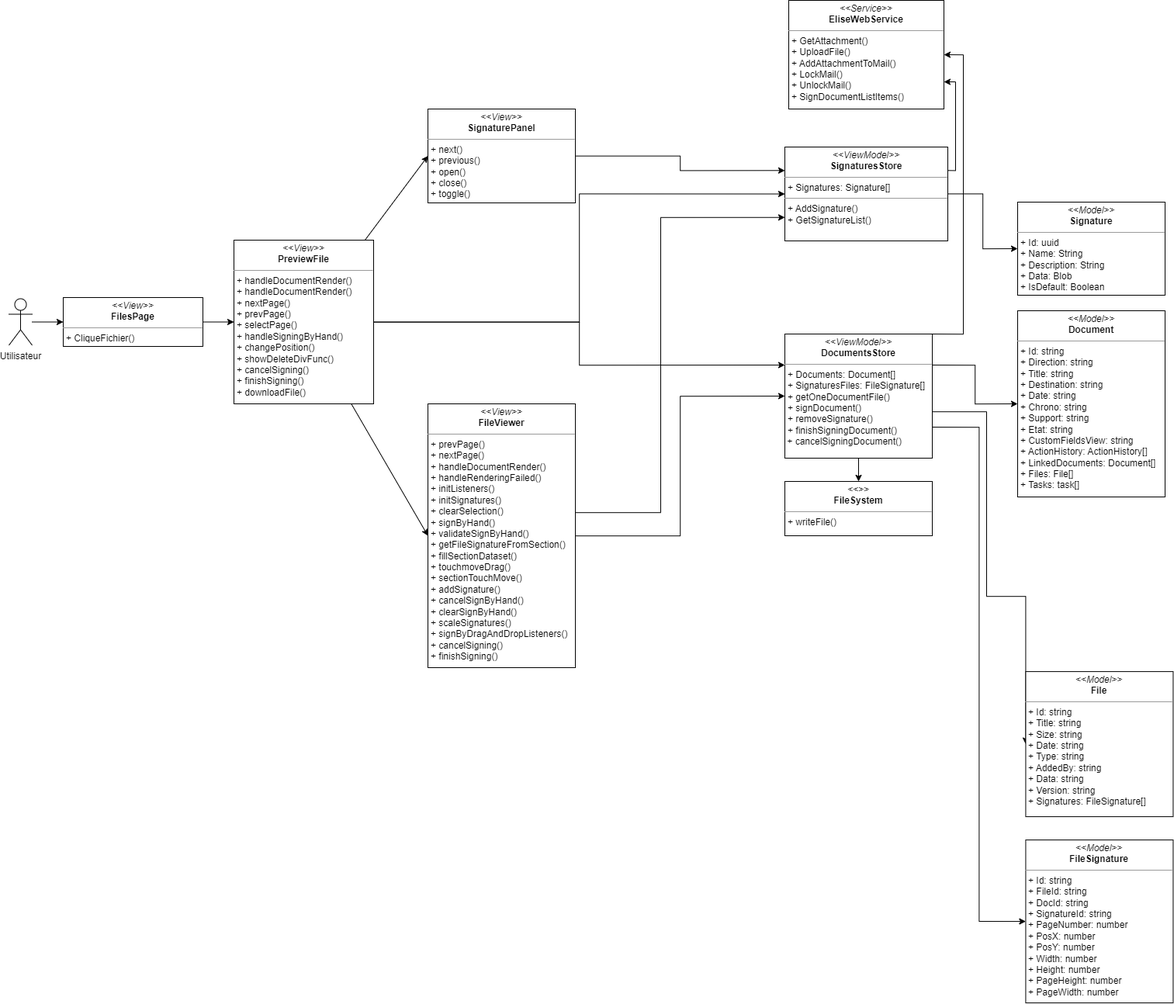
Earlier version of the draw.io export images_pfe/dcc_spint4.png (PFE-Neoledge-2023/rapport). Source tidied: cells renumbered, new cells last; positions are measured from the earlier drawing's top-left corner, leaving out a move shared by most shapes.
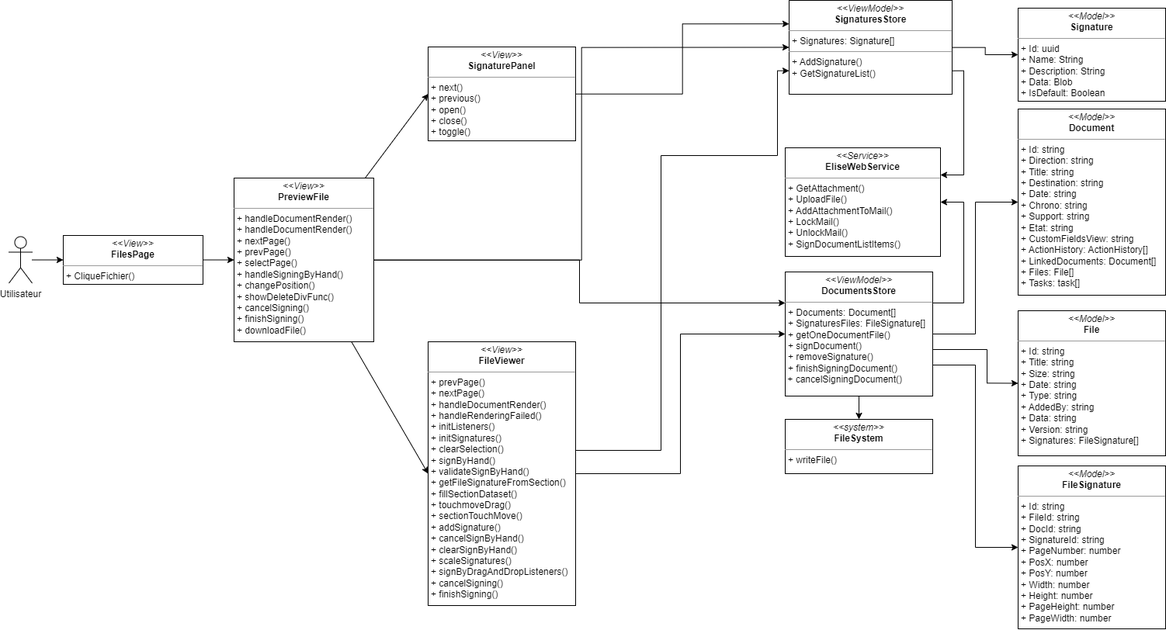
The same file after the commit.

Change to the diagram source:
```diff
@@ -17,33 +17,33 @@
     <mxCell id="6" style="edgeStyle=orthogonalEdgeStyle;rounded=0;html=1;entryX=0;entryY=0.5;entryDx=0;entryDy=0;exitX=1;exitY=0.75;exitDx=0;exitDy=0;" parent="1" edge="1" source="11" target="23">
       <mxGeometry relative="1" as="geometry" />
     </mxCell>
-    <mxCell id="7" style="edgeStyle=orthogonalEdgeStyle;rounded=0;html=1;entryX=0;entryY=0.5;entryDx=0;entryDy=0;exitX=1;exitY=0.25;exitDx=0;exitDy=0;" parent="1" edge="1" source="11" target="27">
+    <mxCell id="7" style="edgeStyle=orthogonalEdgeStyle;rounded=0;html=1;exitX=1;exitY=0.5;exitDx=0;exitDy=0;" parent="1" edge="1" source="11" target="27">
       <mxGeometry relative="1" as="geometry" />
     </mxCell>
     <mxCell id="8" style="edgeStyle=orthogonalEdgeStyle;html=1;entryX=0;entryY=0.5;entryDx=0;entryDy=0;rounded=0;" parent="1" edge="1" source="11" target="29">
       <mxGeometry relative="1" as="geometry">
         <Array as="points">
           <mxPoint x="1260" y="530" />
-          <mxPoint x="1260" y="768" />
+          <mxPoint x="1260" y="574" />
         </Array>
       </mxGeometry>
     </mxCell>
+    <mxCell id="10" style="edgeStyle=orthogonalEdgeStyle;rounded=0;html=1;exitX=0.5;exitY=1;exitDx=0;exitDy=0;entryX=0.5;entryY=0;entryDx=0;entryDy=0;" parent="1" edge="1" source="11" target="30">
+      <mxGeometry relative="1" as="geometry" />
+    </mxCell>
-    <mxCell id="9" style="edgeStyle=orthogonalEdgeStyle;rounded=0;html=1;exitX=1;exitY=0;exitDx=0;exitDy=0;entryX=1;entryY=0.5;entryDx=0;entryDy=0;" parent="1" edge="1" source="11" target="28">
+    <mxCell id="9" style="edgeStyle=orthogonalEdgeStyle;html=1;exitX=1;exitY=0.25;exitDx=0;exitDy=0;entryX=1;entryY=0.5;entryDx=0;entryDy=0;rounded=0;" parent="1" edge="1" source="11" target="28">
       <mxGeometry relative="1" as="geometry">
         <Array as="points">
-          <mxPoint x="1230" y="430" />
-          <mxPoint x="1230" y="70" />
+          <mxPoint x="1230" y="470" />
+          <mxPoint x="1230" y="340" />
         </Array>
       </mxGeometry>
     </mxCell>
-    <mxCell id="10" style="edgeStyle=orthogonalEdgeStyle;rounded=0;html=1;exitX=0.5;exitY=1;exitDx=0;exitDy=0;entryX=0.5;entryY=0;entryDx=0;entryDy=0;" parent="1" edge="1" source="11" target="30">
-      <mxGeometry relative="1" as="geometry" />
-    </mxCell>
     <mxCell id="11" value="&lt;p style=&quot;margin:0px;margin-top:4px;text-align:center;&quot;&gt;&lt;i&gt;&amp;lt;&amp;lt;ViewModel&amp;gt;&amp;gt;&lt;/i&gt;&lt;br&gt;&lt;b&gt;DocumentsStore&lt;/b&gt;&lt;/p&gt;&lt;hr size=&quot;1&quot;&gt;&lt;p style=&quot;margin:0px;margin-left:4px;&quot;&gt;&lt;span style=&quot;background-color: initial;&quot;&gt;+ Documents: Document[]&lt;/span&gt;&lt;/p&gt;&lt;p style=&quot;margin:0px;margin-left:4px;&quot;&gt;&lt;span style=&quot;background-color: initial;&quot;&gt;+ SignaturesFiles: FileSignature[]&lt;/span&gt;&lt;/p&gt;&lt;p style=&quot;margin:0px;margin-left:4px;&quot;&gt;+&amp;nbsp;&lt;span style=&quot;background-color: initial;&quot;&gt;getOneDocumentFile()&lt;/span&gt;&lt;/p&gt;&lt;p style=&quot;margin:0px;margin-left:4px;&quot;&gt;+ signDocument()&lt;/p&gt;&lt;p style=&quot;margin:0px;margin-left:4px;&quot;&gt;+ removeSignature()&lt;/p&gt;&lt;p style=&quot;margin:0px;margin-left:4px;&quot;&gt;+ finishSigningDocument()&lt;br&gt;&lt;/p&gt;&lt;div&gt;&amp;nbsp;+ cancelSigningDocument()&lt;br&gt;&lt;/div&gt;&lt;div&gt;&lt;br&gt;&lt;/div&gt;" style="verticalAlign=top;align=left;overflow=fill;fontSize=12;fontFamily=Helvetica;html=1;whiteSpace=wrap;" parent="1" vertex="1">
       <mxGeometry x="1000" y="430" width="190" height="160" as="geometry" />
     </mxCell>
     <mxCell id="12" value="&lt;p style=&quot;margin:0px;margin-top:4px;text-align:center;&quot;&gt;&lt;i&gt;&amp;lt;&amp;lt;Model&amp;gt;&amp;gt;&lt;/i&gt;&lt;br&gt;&lt;b&gt;Signature&lt;/b&gt;&lt;/p&gt;&lt;hr size=&quot;1&quot;&gt;&lt;p style=&quot;margin:0px;margin-left:4px;&quot;&gt;+ Id: uuid&lt;br&gt;&lt;/p&gt;&lt;p style=&quot;margin:0px;margin-left:4px;&quot;&gt;+ Name: String&lt;/p&gt;&lt;p style=&quot;margin:0px;margin-left:4px;&quot;&gt;+ Description: String&lt;/p&gt;&lt;p style=&quot;margin:0px;margin-left:4px;&quot;&gt;+ Data: Blob&lt;/p&gt;&lt;p style=&quot;margin:0px;margin-left:4px;&quot;&gt;+ IsDefault: Boolean&lt;/p&gt;" style="verticalAlign=top;align=left;overflow=fill;fontSize=12;fontFamily=Helvetica;html=1;whiteSpace=wrap;" parent="1" vertex="1">
-      <mxGeometry x="1300" y="260" width="190" height="120" as="geometry" />
+      <mxGeometry x="1300" y="90" width="190" height="120" as="geometry" />
     </mxCell>
     <mxCell id="13" style="edgeStyle=none;html=1;entryX=0;entryY=0.5;entryDx=0;entryDy=0;" parent="1" edge="1" source="17" target="20">
       <mxGeometry relative="1" as="geometry" />
@@ -69,6 +69,8 @@
           <mxPoint x="730" y="660" />
           <mxPoint x="840" y="660" />
           <mxPoint x="840" y="280" />
+          <mxPoint x="990" y="280" />
+          <mxPoint x="990" y="171" />
         </Array>
       </mxGeometry>
     </mxCell>
@@ -82,27 +84,32 @@
       <mxGeometry x="540" y="140" width="190" height="121" as="geometry" />
     </mxCell>
     <mxCell id="23" value="&lt;p style=&quot;margin:0px;margin-top:4px;text-align:center;&quot;&gt;&lt;i&gt;&amp;lt;&amp;lt;Model&amp;gt;&amp;gt;&lt;/i&gt;&lt;br&gt;&lt;b&gt;FileSignature&lt;/b&gt;&lt;/p&gt;&lt;hr size=&quot;1&quot;&gt;&lt;p style=&quot;margin:0px;margin-left:4px;&quot;&gt;+ Id: string&lt;/p&gt;&lt;p style=&quot;margin:0px;margin-left:4px;&quot;&gt;+ FileId: string&lt;/p&gt;&lt;p style=&quot;margin:0px;margin-left:4px;&quot;&gt;+ DocId: string&lt;/p&gt;&lt;p style=&quot;margin:0px;margin-left:4px;&quot;&gt;+ SignatureId: string&lt;/p&gt;&lt;p style=&quot;margin:0px;margin-left:4px;&quot;&gt;+ PageNumber: number&lt;/p&gt;&lt;p style=&quot;margin:0px;margin-left:4px;&quot;&gt;+ PosX: number&lt;/p&gt;&lt;p style=&quot;margin:0px;margin-left:4px;&quot;&gt;+ PosY: number&lt;/p&gt;&lt;p style=&quot;margin:0px;margin-left:4px;&quot;&gt;+ Width: number&lt;/p&gt;&lt;p style=&quot;margin:0px;margin-left:4px;&quot;&gt;+ Height: number&lt;/p&gt;&lt;p style=&quot;margin:0px;margin-left:4px;&quot;&gt;+ PageHeight: number&lt;/p&gt;&lt;p style=&quot;margin:0px;margin-left:4px;&quot;&gt;+ PageWidth: number&lt;/p&gt;" style="verticalAlign=top;align=left;overflow=fill;fontSize=12;fontFamily=Helvetica;html=1;whiteSpace=wrap;" parent="1" vertex="1">
-      <mxGeometry x="1310.4" y="1082.1" width="190" height="210" as="geometry" />
+      <mxGeometry x="1300" y="680" width="190" height="210" as="geometry" />
     </mxCell>
     <mxCell id="24" style="edgeStyle=orthogonalEdgeStyle;html=1;entryX=0;entryY=0.5;entryDx=0;entryDy=0;rounded=0;" parent="1" edge="1" source="26" target="12">
       <mxGeometry relative="1" as="geometry" />
     </mxCell>
-    <mxCell id="25" style="edgeStyle=orthogonalEdgeStyle;rounded=0;html=1;exitX=1;exitY=0.25;exitDx=0;exitDy=0;entryX=1;entryY=0.75;entryDx=0;entryDy=0;" parent="1" edge="1" source="26" target="28">
-      <mxGeometry relative="1" as="geometry" />
+    <mxCell id="25" style="edgeStyle=orthogonalEdgeStyle;rounded=0;html=1;exitX=1;exitY=0.75;exitDx=0;exitDy=0;entryX=1;entryY=0.25;entryDx=0;entryDy=0;" parent="1" edge="1" source="26" target="28">
+      <mxGeometry relative="1" as="geometry">
+        <Array as="points">
+          <mxPoint x="1230" y="171" />
+          <mxPoint x="1230" y="305" />
+        </Array>
+      </mxGeometry>
     </mxCell>
     <mxCell id="26" value="&lt;p style=&quot;margin:0px;margin-top:4px;text-align:center;&quot;&gt;&lt;i&gt;&amp;lt;&amp;lt;ViewModel&amp;gt;&amp;gt;&lt;/i&gt;&lt;br&gt;&lt;b&gt;SignaturesStore&lt;/b&gt;&lt;/p&gt;&lt;hr size=&quot;1&quot;&gt;&lt;p style=&quot;margin:0px;margin-left:4px;&quot;&gt;+ Signatures: Signature[]&lt;/p&gt;&lt;hr size=&quot;1&quot;&gt;&lt;p style=&quot;margin:0px;margin-left:4px;&quot;&gt;+ A&lt;span style=&quot;background-color: initial;&quot;&gt;ddSignature()&lt;/span&gt;&lt;/p&gt;&lt;p style=&quot;margin:0px;margin-left:4px;&quot;&gt;&lt;span style=&quot;background-color: initial;&quot;&gt;+ GetSignatureList()&lt;/span&gt;&lt;br&gt;&lt;/p&gt;&lt;p style=&quot;margin:0px;margin-left:4px;&quot;&gt;&lt;br&gt;&lt;/p&gt;" style="verticalAlign=top;align=left;overflow=fill;fontSize=12;fontFamily=Helvetica;html=1;whiteSpace=wrap;" parent="1" vertex="1">
-      <mxGeometry x="1000" y="189" width="210" height="121" as="geometry" />
+      <mxGeometry x="1005" y="80" width="210" height="121" as="geometry" />
     </mxCell>
     <mxCell id="27" value="&lt;p style=&quot;margin:0px;margin-top:4px;text-align:center;&quot;&gt;&lt;i&gt;&amp;lt;&amp;lt;Model&amp;gt;&amp;gt;&lt;/i&gt;&lt;br&gt;&lt;b&gt;Document&lt;/b&gt;&lt;/p&gt;&lt;hr size=&quot;1&quot;&gt;&lt;p style=&quot;margin: 0px 0px 0px 4px;&quot;&gt;&lt;span style=&quot;background-color: initial;&quot;&gt;+ Id: string&lt;/span&gt;&lt;br&gt;&lt;/p&gt;&lt;p style=&quot;margin: 0px 0px 0px 4px;&quot;&gt;+ Direction: string&lt;/p&gt;&lt;p style=&quot;margin: 0px 0px 0px 4px;&quot;&gt;+ Title: string&lt;/p&gt;&lt;p style=&quot;margin: 0px 0px 0px 4px;&quot;&gt;+ Destination: string&lt;/p&gt;&lt;p style=&quot;margin: 0px 0px 0px 4px;&quot;&gt;+ Date: string&lt;/p&gt;&lt;p style=&quot;margin: 0px 0px 0px 4px;&quot;&gt;+ Chrono: string&lt;/p&gt;&lt;p style=&quot;margin: 0px 0px 0px 4px;&quot;&gt;+ Support: string&lt;/p&gt;&lt;p style=&quot;margin: 0px 0px 0px 4px;&quot;&gt;+ Etat: string&lt;/p&gt;&lt;p style=&quot;margin: 0px 0px 0px 4px;&quot;&gt;+ CustomFieldsView: string&lt;/p&gt;&lt;p style=&quot;margin: 0px 0px 0px 4px;&quot;&gt;+ ActionHistory: ActionHistory[]&lt;/p&gt;&lt;p style=&quot;margin: 0px 0px 0px 4px;&quot;&gt;+ LinkedDocuments: Document[]&lt;/p&gt;&lt;p style=&quot;margin: 0px 0px 0px 4px;&quot;&gt;+ Files: File[]&lt;/p&gt;&lt;p style=&quot;margin: 0px 0px 0px 4px;&quot;&gt;+ Tasks: task[]&lt;/p&gt;" style="verticalAlign=top;align=left;overflow=fill;fontSize=12;fontFamily=Helvetica;html=1;whiteSpace=wrap;" parent="1" vertex="1">
-      <mxGeometry x="1300" y="400" width="190" height="240" as="geometry" />
+      <mxGeometry x="1300" y="220" width="190" height="240" as="geometry" />
     </mxCell>
     <mxCell id="28" value="&lt;p style=&quot;margin:0px;margin-top:4px;text-align:center;&quot;&gt;&lt;i&gt;&amp;lt;&amp;lt;Service&amp;gt;&amp;gt;&lt;/i&gt;&lt;br&gt;&lt;b&gt;EliseWebService&lt;/b&gt;&lt;/p&gt;&lt;hr size=&quot;1&quot;&gt;&lt;p style=&quot;margin:0px;margin-left:4px;&quot;&gt;&lt;/p&gt;&lt;p style=&quot;margin:0px;margin-left:4px;&quot;&gt;+&amp;nbsp;&lt;span style=&quot;background-color: initial;&quot;&gt;GetAttachment()&lt;/span&gt;&lt;/p&gt;&lt;p style=&quot;margin:0px;margin-left:4px;&quot;&gt;+ UploadFile()&lt;/p&gt;&lt;p style=&quot;margin:0px;margin-left:4px;&quot;&gt;+ AddAttachmentToMail()&lt;/p&gt;&lt;p style=&quot;margin:0px;margin-left:4px;&quot;&gt;+ LockMail()&lt;/p&gt;&lt;p style=&quot;margin:0px;margin-left:4px;&quot;&gt;+ UnlockMail()&lt;/p&gt;&lt;p style=&quot;margin:0px;margin-left:4px;&quot;&gt;+ SignDocumentListItems()&lt;/p&gt;" style="verticalAlign=top;align=left;overflow=fill;fontSize=12;fontFamily=Helvetica;html=1;whiteSpace=wrap;" parent="1" vertex="1">
-      <mxGeometry x="1005" width="200" height="140" as="geometry" />
+      <mxGeometry x="1000" y="270" width="200" height="140" as="geometry" />
     </mxCell>
     <mxCell id="29" value="&lt;p style=&quot;margin:0px;margin-top:4px;text-align:center;&quot;&gt;&lt;i&gt;&amp;lt;&amp;lt;Model&amp;gt;&amp;gt;&lt;/i&gt;&lt;br&gt;&lt;b&gt;File&lt;/b&gt;&lt;/p&gt;&lt;hr size=&quot;1&quot;&gt;&lt;p style=&quot;margin:0px;margin-left:4px;&quot;&gt;+ Id: string&lt;/p&gt;&lt;p style=&quot;margin:0px;margin-left:4px;&quot;&gt;+ Title: string&lt;/p&gt;&lt;p style=&quot;margin:0px;margin-left:4px;&quot;&gt;+ Size: string&lt;/p&gt;&lt;p style=&quot;margin:0px;margin-left:4px;&quot;&gt;+ Date: string&lt;/p&gt;&lt;p style=&quot;margin:0px;margin-left:4px;&quot;&gt;+ Type: string&lt;/p&gt;&lt;p style=&quot;margin:0px;margin-left:4px;&quot;&gt;+ AddedBy: string&lt;/p&gt;&lt;p style=&quot;margin:0px;margin-left:4px;&quot;&gt;+ Data: string&lt;/p&gt;&lt;p style=&quot;margin:0px;margin-left:4px;&quot;&gt;+ Version: string&lt;/p&gt;&lt;p style=&quot;margin:0px;margin-left:4px;&quot;&gt;+ Signatures: FileSignature[]&lt;/p&gt;" style="verticalAlign=top;align=left;overflow=fill;fontSize=12;fontFamily=Helvetica;html=1;whiteSpace=wrap;" parent="1" vertex="1">
-      <mxGeometry x="1310.4" y="865.1" width="190" height="187" as="geometry" />
+      <mxGeometry x="1300" y="480" width="190" height="187" as="geometry" />
     </mxCell>
-    <mxCell id="30" value="&lt;p style=&quot;margin:0px;margin-top:4px;text-align:center;&quot;&gt;&lt;i&gt;&amp;lt;&amp;lt;&amp;gt;&amp;gt;&lt;/i&gt;&lt;br&gt;&lt;b&gt;FileSystem&lt;/b&gt;&lt;/p&gt;&lt;hr size=&quot;1&quot;&gt;&lt;p style=&quot;margin:0px;margin-left:4px;&quot;&gt;&lt;span style=&quot;background-color: initial;&quot;&gt;+ writeFile()&lt;/span&gt;&lt;/p&gt;" style="verticalAlign=top;align=left;overflow=fill;fontSize=12;fontFamily=Helvetica;html=1;whiteSpace=wrap;" parent="1" vertex="1">
+    <mxCell id="30" value="&lt;p style=&quot;margin:0px;margin-top:4px;text-align:center;&quot;&gt;&lt;i&gt;&amp;lt;&amp;lt;system&amp;gt;&amp;gt;&lt;/i&gt;&lt;br&gt;&lt;b&gt;FileSystem&lt;/b&gt;&lt;/p&gt;&lt;hr size=&quot;1&quot;&gt;&lt;p style=&quot;margin:0px;margin-left:4px;&quot;&gt;&lt;span style=&quot;background-color: initial;&quot;&gt;+ writeFile()&lt;/span&gt;&lt;/p&gt;" style="verticalAlign=top;align=left;overflow=fill;fontSize=12;fontFamily=Helvetica;html=1;whiteSpace=wrap;" parent="1" vertex="1">
       <mxGeometry x="1000" y="620" width="190" height="70" as="geometry" />
     </mxCell>
   </root>
```
